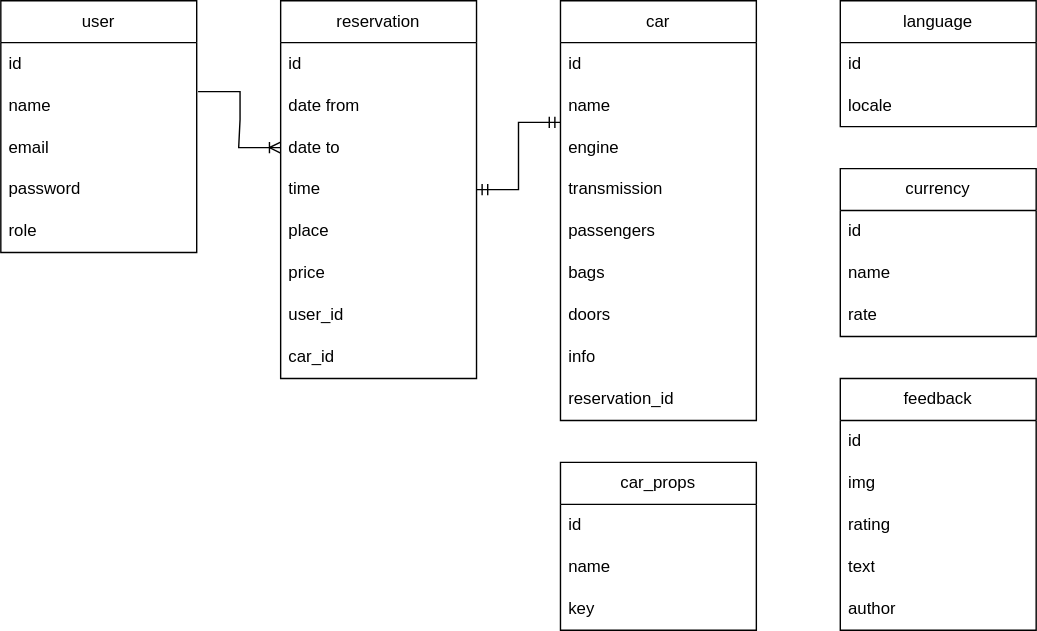
kaa88/react_car_rental keeps this draw.io diagram as server/models/models.svg. Above is the earlier version. Source tidied: cells renumbered, new cells last; positions are measured from the earlier drawing's top-left corner, leaving out a move shared by most shapes.
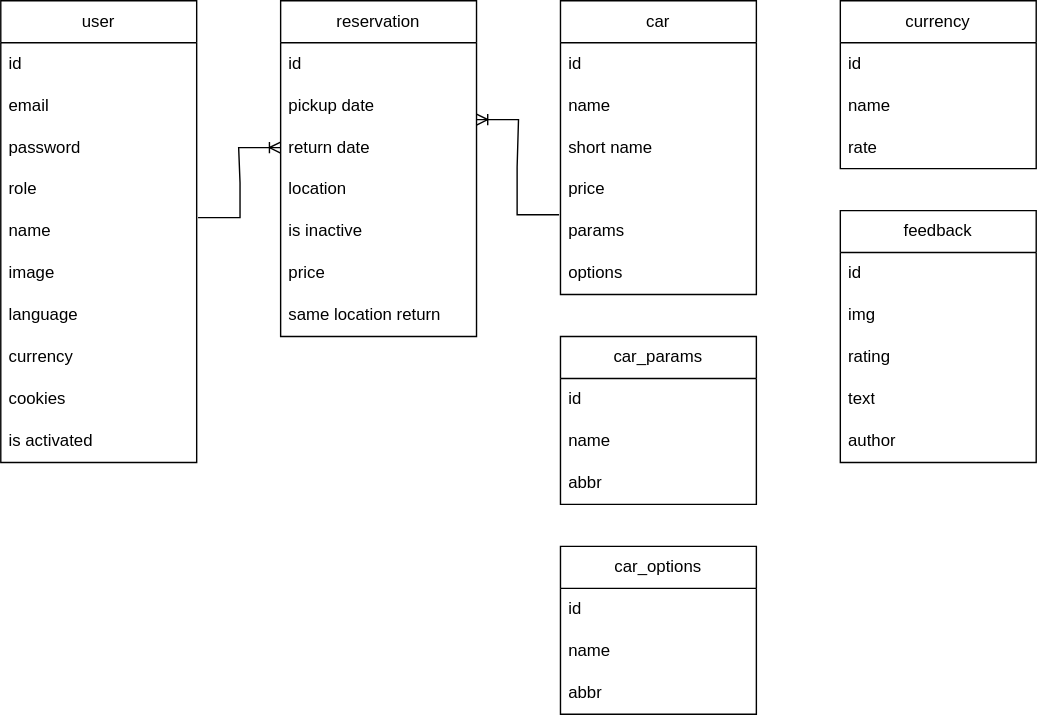
After the commit.

What changed in the source:
```diff
@@ -3,25 +3,40 @@
     <mxCell id="0" />
     <mxCell id="1" parent="0" />
     <mxCell id="2" value="user" style="swimlane;fontStyle=0;horizontal=1;startSize=30;whiteSpace=wrap;html=1;" parent="1" vertex="1">
-      <mxGeometry width="140" height="180" as="geometry" />
+      <mxGeometry width="140" height="330" as="geometry" />
     </mxCell>
     <mxCell id="3" value="id" style="text;strokeColor=none;fillColor=none;align=left;verticalAlign=middle;spacingLeft=4;spacingRight=4;overflow=hidden;whiteSpace=wrap;html=1;" parent="2" vertex="1">
       <mxGeometry y="30" width="140" height="30" as="geometry" />
     </mxCell>
-    <mxCell id="4" value="name" style="text;strokeColor=none;fillColor=none;align=left;verticalAlign=middle;spacingLeft=4;spacingRight=4;overflow=hidden;points=[[0,0.5],[1,0.5]];portConstraint=eastwest;whiteSpace=wrap;html=1;" parent="2" vertex="1">
-      <mxGeometry y="60" width="140" height="30" as="geometry" />
-    </mxCell>
     <mxCell id="5" value="email" style="text;strokeColor=none;fillColor=none;align=left;verticalAlign=middle;spacingLeft=4;spacingRight=4;overflow=hidden;whiteSpace=wrap;html=1;" parent="2" vertex="1">
-      <mxGeometry y="90" width="140" height="30" as="geometry" />
+      <mxGeometry y="60" width="140" height="30" as="geometry" />
     </mxCell>
     <mxCell id="6" value="password" style="text;strokeColor=none;fillColor=none;align=left;verticalAlign=middle;spacingLeft=4;spacingRight=4;overflow=hidden;whiteSpace=wrap;html=1;" parent="2" vertex="1">
-      <mxGeometry y="120" width="140" height="30" as="geometry" />
+      <mxGeometry y="90" width="140" height="30" as="geometry" />
     </mxCell>
     <mxCell id="7" value="role" style="text;strokeColor=none;fillColor=none;align=left;verticalAlign=middle;spacingLeft=4;spacingRight=4;overflow=hidden;whiteSpace=wrap;html=1;" parent="2" vertex="1">
-      <mxGeometry y="150" width="140" height="30" as="geometry" />
+      <mxGeometry y="120" width="140" height="30" as="geometry" />
     </mxCell>
+    <mxCell id="4" value="name" style="text;strokeColor=none;fillColor=none;align=left;verticalAlign=middle;spacingLeft=4;spacingRight=4;overflow=hidden;points=[[0,0.5],[1,0.5]];portConstraint=eastwest;whiteSpace=wrap;html=1;" parent="2" vertex="1">
+      <mxGeometry y="150" width="140" height="30" as="geometry" />
+    </mxCell>
+    <mxCell id="46" value="image" style="text;strokeColor=none;fillColor=none;align=left;verticalAlign=middle;spacingLeft=4;spacingRight=4;overflow=hidden;whiteSpace=wrap;html=1;" parent="2" vertex="1">
+      <mxGeometry y="180" width="140" height="30" as="geometry" />
+    </mxCell>
+    <mxCell id="22" value="language" style="text;strokeColor=none;fillColor=none;align=left;verticalAlign=middle;spacingLeft=4;spacingRight=4;overflow=hidden;whiteSpace=wrap;html=1;" parent="2" vertex="1">
+      <mxGeometry y="210" width="140" height="30" as="geometry" />
+    </mxCell>
+    <mxCell id="47" value="currency" style="text;strokeColor=none;fillColor=none;align=left;verticalAlign=middle;spacingLeft=4;spacingRight=4;overflow=hidden;whiteSpace=wrap;html=1;" parent="2" vertex="1">
+      <mxGeometry y="240" width="140" height="30" as="geometry" />
+    </mxCell>
+    <mxCell id="48" value="cookies" style="text;strokeColor=none;fillColor=none;align=left;verticalAlign=middle;spacingLeft=4;spacingRight=4;overflow=hidden;whiteSpace=wrap;html=1;" parent="2" vertex="1">
+      <mxGeometry y="270" width="140" height="30" as="geometry" />
+    </mxCell>
+    <mxCell id="49" value="is activated" style="text;strokeColor=none;fillColor=none;align=left;verticalAlign=middle;spacingLeft=4;spacingRight=4;overflow=hidden;whiteSpace=wrap;html=1;" parent="2" vertex="1">
+      <mxGeometry y="300" width="140" height="30" as="geometry" />
+    </mxCell>
     <mxCell id="8" value="car" style="swimlane;fontStyle=0;horizontal=1;startSize=30;whiteSpace=wrap;html=1;" parent="1" vertex="1">
-      <mxGeometry x="400" width="140" height="300" as="geometry" />
+      <mxGeometry x="400" width="140" height="210" as="geometry" />
     </mxCell>
     <mxCell id="9" value="id" style="text;strokeColor=none;fillColor=none;align=left;verticalAlign=middle;spacingLeft=4;spacingRight=4;overflow=hidden;whiteSpace=wrap;html=1;" parent="8" vertex="1">
       <mxGeometry y="30" width="140" height="30" as="geometry" />
@@ -29,29 +44,20 @@
     <mxCell id="10" value="name" style="text;strokeColor=none;fillColor=none;align=left;verticalAlign=middle;spacingLeft=4;spacingRight=4;overflow=hidden;whiteSpace=wrap;html=1;" parent="8" vertex="1">
       <mxGeometry y="60" width="140" height="30" as="geometry" />
     </mxCell>
-    <mxCell id="11" value="engine" style="text;strokeColor=none;fillColor=none;align=left;verticalAlign=middle;spacingLeft=4;spacingRight=4;overflow=hidden;points=[[0,0.5],[1,0.5]];portConstraint=eastwest;whiteSpace=wrap;html=1;" parent="8" vertex="1">
+    <mxCell id="11" value="short name" style="text;strokeColor=none;fillColor=none;align=left;verticalAlign=middle;spacingLeft=4;spacingRight=4;overflow=hidden;points=[[0,0.5],[1,0.5]];portConstraint=eastwest;whiteSpace=wrap;html=1;" parent="8" vertex="1">
       <mxGeometry y="90" width="140" height="30" as="geometry" />
     </mxCell>
-    <mxCell id="12" value="transmission" style="text;strokeColor=none;fillColor=none;align=left;verticalAlign=middle;spacingLeft=4;spacingRight=4;overflow=hidden;points=[[0,0.5],[1,0.5]];portConstraint=eastwest;whiteSpace=wrap;html=1;" parent="8" vertex="1">
+    <mxCell id="12" value="price" style="text;strokeColor=none;fillColor=none;align=left;verticalAlign=middle;spacingLeft=4;spacingRight=4;overflow=hidden;points=[[0,0.5],[1,0.5]];portConstraint=eastwest;whiteSpace=wrap;html=1;" parent="8" vertex="1">
       <mxGeometry y="120" width="140" height="30" as="geometry" />
     </mxCell>
-    <mxCell id="13" value="passengers" style="text;strokeColor=none;fillColor=none;align=left;verticalAlign=middle;spacingLeft=4;spacingRight=4;overflow=hidden;whiteSpace=wrap;html=1;" parent="8" vertex="1">
+    <mxCell id="13" value="params" style="text;strokeColor=none;fillColor=none;align=left;verticalAlign=middle;spacingLeft=4;spacingRight=4;overflow=hidden;whiteSpace=wrap;html=1;" parent="8" vertex="1">
       <mxGeometry y="150" width="140" height="30" as="geometry" />
     </mxCell>
-    <mxCell id="14" value="bags" style="text;strokeColor=none;fillColor=none;align=left;verticalAlign=middle;spacingLeft=4;spacingRight=4;overflow=hidden;whiteSpace=wrap;html=1;" parent="8" vertex="1">
+    <mxCell id="14" value="options" style="text;strokeColor=none;fillColor=none;align=left;verticalAlign=middle;spacingLeft=4;spacingRight=4;overflow=hidden;whiteSpace=wrap;html=1;" parent="8" vertex="1">
       <mxGeometry y="180" width="140" height="30" as="geometry" />
     </mxCell>
-    <mxCell id="15" value="doors" style="text;strokeColor=none;fillColor=none;align=left;verticalAlign=middle;spacingLeft=4;spacingRight=4;overflow=hidden;whiteSpace=wrap;html=1;" parent="8" vertex="1">
-      <mxGeometry y="210" width="140" height="30" as="geometry" />
-    </mxCell>
-    <mxCell id="16" value="info" style="text;strokeColor=none;fillColor=none;align=left;verticalAlign=middle;spacingLeft=4;spacingRight=4;overflow=hidden;whiteSpace=wrap;html=1;" parent="8" vertex="1">
-      <mxGeometry y="240" width="140" height="30" as="geometry" />
-    </mxCell>
-    <mxCell id="17" value="reservation_id" style="text;strokeColor=none;fillColor=none;align=left;verticalAlign=middle;spacingLeft=4;spacingRight=4;overflow=hidden;whiteSpace=wrap;html=1;" parent="8" vertex="1">
-      <mxGeometry y="270" width="140" height="30" as="geometry" />
-    </mxCell>
     <mxCell id="18" value="currency" style="swimlane;fontStyle=0;horizontal=1;startSize=30;whiteSpace=wrap;html=1;" parent="1" vertex="1">
-      <mxGeometry x="600" y="120" width="140" height="120" as="geometry" />
+      <mxGeometry x="600" width="140" height="120" as="geometry" />
     </mxCell>
     <mxCell id="19" value="id" style="text;strokeColor=none;fillColor=none;align=left;verticalAlign=middle;spacingLeft=4;spacingRight=4;overflow=hidden;whiteSpace=wrap;html=1;" parent="18" vertex="1">
       <mxGeometry y="30" width="140" height="30" as="geometry" />
@@ -62,44 +68,32 @@
     <mxCell id="21" value="rate" style="text;strokeColor=none;fillColor=none;align=left;verticalAlign=middle;spacingLeft=4;spacingRight=4;overflow=hidden;whiteSpace=wrap;html=1;" parent="18" vertex="1">
       <mxGeometry y="90" width="140" height="30" as="geometry" />
     </mxCell>
-    <mxCell id="22" value="language" style="swimlane;fontStyle=0;horizontal=1;startSize=30;whiteSpace=wrap;html=1;" parent="1" vertex="1">
-      <mxGeometry x="600" width="140" height="90" as="geometry" />
-    </mxCell>
-    <mxCell id="23" value="id" style="text;strokeColor=none;fillColor=none;align=left;verticalAlign=middle;spacingLeft=4;spacingRight=4;overflow=hidden;whiteSpace=wrap;html=1;" parent="22" vertex="1">
-      <mxGeometry y="30" width="140" height="30" as="geometry" />
-    </mxCell>
-    <mxCell id="24" value="locale" style="text;strokeColor=none;fillColor=none;align=left;verticalAlign=middle;spacingLeft=4;spacingRight=4;overflow=hidden;whiteSpace=wrap;html=1;" parent="22" vertex="1">
-      <mxGeometry y="60" width="140" height="30" as="geometry" />
-    </mxCell>
     <mxCell id="25" value="reservation" style="swimlane;fontStyle=0;horizontal=1;startSize=30;whiteSpace=wrap;html=1;" parent="1" vertex="1">
-      <mxGeometry x="200" width="140" height="270" as="geometry" />
+      <mxGeometry x="200" width="140" height="240" as="geometry" />
     </mxCell>
     <mxCell id="26" value="id" style="text;strokeColor=none;fillColor=none;align=left;verticalAlign=middle;spacingLeft=4;spacingRight=4;overflow=hidden;whiteSpace=wrap;html=1;" parent="25" vertex="1">
       <mxGeometry y="30" width="140" height="30" as="geometry" />
     </mxCell>
-    <mxCell id="27" value="date from" style="text;strokeColor=none;fillColor=none;align=left;verticalAlign=middle;spacingLeft=4;spacingRight=4;overflow=hidden;whiteSpace=wrap;html=1;" parent="25" vertex="1">
+    <mxCell id="27" value="pickup date" style="text;strokeColor=none;fillColor=none;align=left;verticalAlign=middle;spacingLeft=4;spacingRight=4;overflow=hidden;whiteSpace=wrap;html=1;" parent="25" vertex="1">
       <mxGeometry y="60" width="140" height="30" as="geometry" />
     </mxCell>
-    <mxCell id="28" value="date to" style="text;strokeColor=none;fillColor=none;align=left;verticalAlign=middle;spacingLeft=4;spacingRight=4;overflow=hidden;points=[[0,0.5],[1,0.5]];portConstraint=eastwest;whiteSpace=wrap;html=1;" parent="25" vertex="1">
+    <mxCell id="28" value="return date" style="text;strokeColor=none;fillColor=none;align=left;verticalAlign=middle;spacingLeft=4;spacingRight=4;overflow=hidden;points=[[0,0.5],[1,0.5]];portConstraint=eastwest;whiteSpace=wrap;html=1;" parent="25" vertex="1">
       <mxGeometry y="90" width="140" height="30" as="geometry" />
     </mxCell>
-    <mxCell id="29" value="time" style="text;strokeColor=none;fillColor=none;align=left;verticalAlign=middle;spacingLeft=4;spacingRight=4;overflow=hidden;points=[[0,0.5],[1,0.5]];portConstraint=eastwest;whiteSpace=wrap;html=1;" parent="25" vertex="1">
+    <mxCell id="29" value="location" style="text;strokeColor=none;fillColor=none;align=left;verticalAlign=middle;spacingLeft=4;spacingRight=4;overflow=hidden;points=[[0,0.5],[1,0.5]];portConstraint=eastwest;whiteSpace=wrap;html=1;" parent="25" vertex="1">
       <mxGeometry y="120" width="140" height="30" as="geometry" />
     </mxCell>
-    <mxCell id="30" value="place" style="text;strokeColor=none;fillColor=none;align=left;verticalAlign=middle;spacingLeft=4;spacingRight=4;overflow=hidden;whiteSpace=wrap;html=1;" parent="25" vertex="1">
+    <mxCell id="30" value="is inactive" style="text;strokeColor=none;fillColor=none;align=left;verticalAlign=middle;spacingLeft=4;spacingRight=4;overflow=hidden;whiteSpace=wrap;html=1;" parent="25" vertex="1">
       <mxGeometry y="150" width="140" height="30" as="geometry" />
     </mxCell>
     <mxCell id="31" value="price" style="text;strokeColor=none;fillColor=none;align=left;verticalAlign=middle;spacingLeft=4;spacingRight=4;overflow=hidden;whiteSpace=wrap;html=1;" parent="25" vertex="1">
       <mxGeometry y="180" width="140" height="30" as="geometry" />
     </mxCell>
-    <mxCell id="32" value="user_id" style="text;strokeColor=none;fillColor=none;align=left;verticalAlign=middle;spacingLeft=4;spacingRight=4;overflow=hidden;whiteSpace=wrap;html=1;" parent="25" vertex="1">
-      <mxGeometry y="210" width="140" height="30" as="geometry" />
-    </mxCell>
-    <mxCell id="33" value="car_id" style="text;strokeColor=none;fillColor=none;align=left;verticalAlign=middle;spacingLeft=4;spacingRight=4;overflow=hidden;whiteSpace=wrap;html=1;" parent="25" vertex="1">
-      <mxGeometry y="240" width="140" height="30" as="geometry" />
+    <mxCell id="33" value="same location return" style="text;strokeColor=none;fillColor=none;align=left;verticalAlign=middle;spacingLeft=4;spacingRight=4;overflow=hidden;whiteSpace=wrap;html=1;" parent="25" vertex="1">
+      <mxGeometry y="210" width="140" height="30" as="geometry" />
     </mxCell>
     <mxCell id="34" value="feedback" style="swimlane;fontStyle=0;horizontal=1;startSize=30;whiteSpace=wrap;html=1;" parent="1" vertex="1">
-      <mxGeometry x="600" y="270" width="140" height="180" as="geometry" />
+      <mxGeometry x="600" y="150" width="140" height="180" as="geometry" />
     </mxCell>
     <mxCell id="35" value="id" style="text;strokeColor=none;fillColor=none;align=left;verticalAlign=middle;spacingLeft=4;spacingRight=4;overflow=hidden;whiteSpace=wrap;html=1;" parent="34" vertex="1">
       <mxGeometry y="30" width="140" height="30" as="geometry" />
@@ -119,11 +113,8 @@
     <mxCell id="40" style="edgeStyle=entityRelationEdgeStyle;fontSize=12;html=1;endArrow=ERoneToMany;rounded=0;exitX=1.007;exitY=0.167;exitDx=0;exitDy=0;exitPerimeter=0;entryX=0;entryY=0.5;entryDx=0;entryDy=0;" parent="1" edge="1" source="4" target="28">
       <mxGeometry relative="1" as="geometry" />
     </mxCell>
-    <mxCell id="41" style="edgeStyle=entityRelationEdgeStyle;fontSize=12;html=1;endArrow=ERmandOne;startArrow=ERmandOne;rounded=0;entryX=0;entryY=-0.1;entryDx=0;entryDy=0;entryPerimeter=0;exitX=1;exitY=0.5;exitDx=0;exitDy=0;" parent="1" edge="1" source="29" target="11">
-      <mxGeometry relative="1" as="geometry" />
-    </mxCell>
-    <mxCell id="42" value="car_props" style="swimlane;fontStyle=0;horizontal=1;startSize=30;whiteSpace=wrap;html=1;" parent="1" vertex="1">
-      <mxGeometry x="400" y="330" width="140" height="120" as="geometry" />
+    <mxCell id="42" value="car_params" style="swimlane;fontStyle=0;horizontal=1;startSize=30;whiteSpace=wrap;html=1;" parent="1" vertex="1">
+      <mxGeometry x="400" y="240" width="140" height="120" as="geometry" />
     </mxCell>
     <mxCell id="43" value="id" style="text;strokeColor=none;fillColor=none;align=left;verticalAlign=middle;spacingLeft=4;spacingRight=4;overflow=hidden;whiteSpace=wrap;html=1;" parent="42" vertex="1">
       <mxGeometry y="30" width="140" height="30" as="geometry" />
@@ -131,8 +122,23 @@
     <mxCell id="44" value="name" style="text;strokeColor=none;fillColor=none;align=left;verticalAlign=middle;spacingLeft=4;spacingRight=4;overflow=hidden;whiteSpace=wrap;html=1;" parent="42" vertex="1">
       <mxGeometry y="60" width="140" height="30" as="geometry" />
     </mxCell>
-    <mxCell id="45" value="key" style="text;strokeColor=none;fillColor=none;align=left;verticalAlign=middle;spacingLeft=4;spacingRight=4;overflow=hidden;whiteSpace=wrap;html=1;" parent="42" vertex="1">
+    <mxCell id="45" value="abbr" style="text;strokeColor=none;fillColor=none;align=left;verticalAlign=middle;spacingLeft=4;spacingRight=4;overflow=hidden;whiteSpace=wrap;html=1;" parent="42" vertex="1">
       <mxGeometry y="90" width="140" height="30" as="geometry" />
     </mxCell>
+    <mxCell id="50" value="car_options" style="swimlane;fontStyle=0;horizontal=1;startSize=30;whiteSpace=wrap;html=1;" parent="1" vertex="1">
+      <mxGeometry x="400" y="390" width="140" height="120" as="geometry" />
+    </mxCell>
+    <mxCell id="23" value="id" style="text;strokeColor=none;fillColor=none;align=left;verticalAlign=middle;spacingLeft=4;spacingRight=4;overflow=hidden;whiteSpace=wrap;html=1;" parent="50" vertex="1">
+      <mxGeometry y="30" width="140" height="30" as="geometry" />
+    </mxCell>
+    <mxCell id="51" value="name" style="text;strokeColor=none;fillColor=none;align=left;verticalAlign=middle;spacingLeft=4;spacingRight=4;overflow=hidden;whiteSpace=wrap;html=1;" parent="50" vertex="1">
+      <mxGeometry y="60" width="140" height="30" as="geometry" />
+    </mxCell>
+    <mxCell id="52" value="abbr" style="text;strokeColor=none;fillColor=none;align=left;verticalAlign=middle;spacingLeft=4;spacingRight=4;overflow=hidden;whiteSpace=wrap;html=1;" parent="50" vertex="1">
+      <mxGeometry y="90" width="140" height="30" as="geometry" />
+    </mxCell>
+    <mxCell id="53" style="edgeStyle=entityRelationEdgeStyle;fontSize=12;html=1;endArrow=ERoneToMany;rounded=0;entryX=1;entryY=-0.167;entryDx=0;entryDy=0;entryPerimeter=0;exitX=-0.007;exitY=1.1;exitDx=0;exitDy=0;exitPerimeter=0;" parent="1" edge="1" source="12" target="28">
+      <mxGeometry relative="1" as="geometry" />
+    </mxCell>
   </root>
 </mxGraphModel>
```
